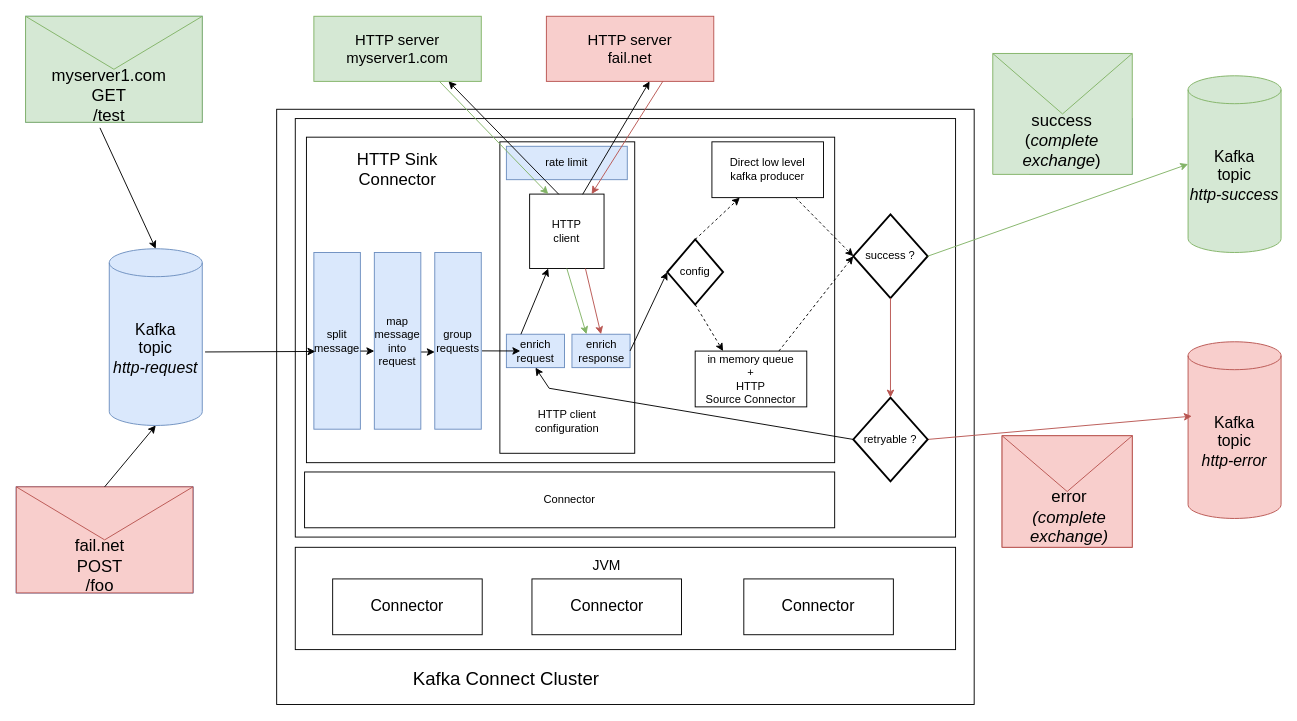
The draw.io diagram docs/architecture_options_2.drawio in clescot/kafka-connect-http, before the edit. Source tidied: cells renumbered, new cells numbered last; positions are measured from the earlier drawing's top-left corner, leaving out a move shared by most shapes. Both pictures are drawn from the tidied source at 93%, with x=0, y=0 at pixel (16, 16).
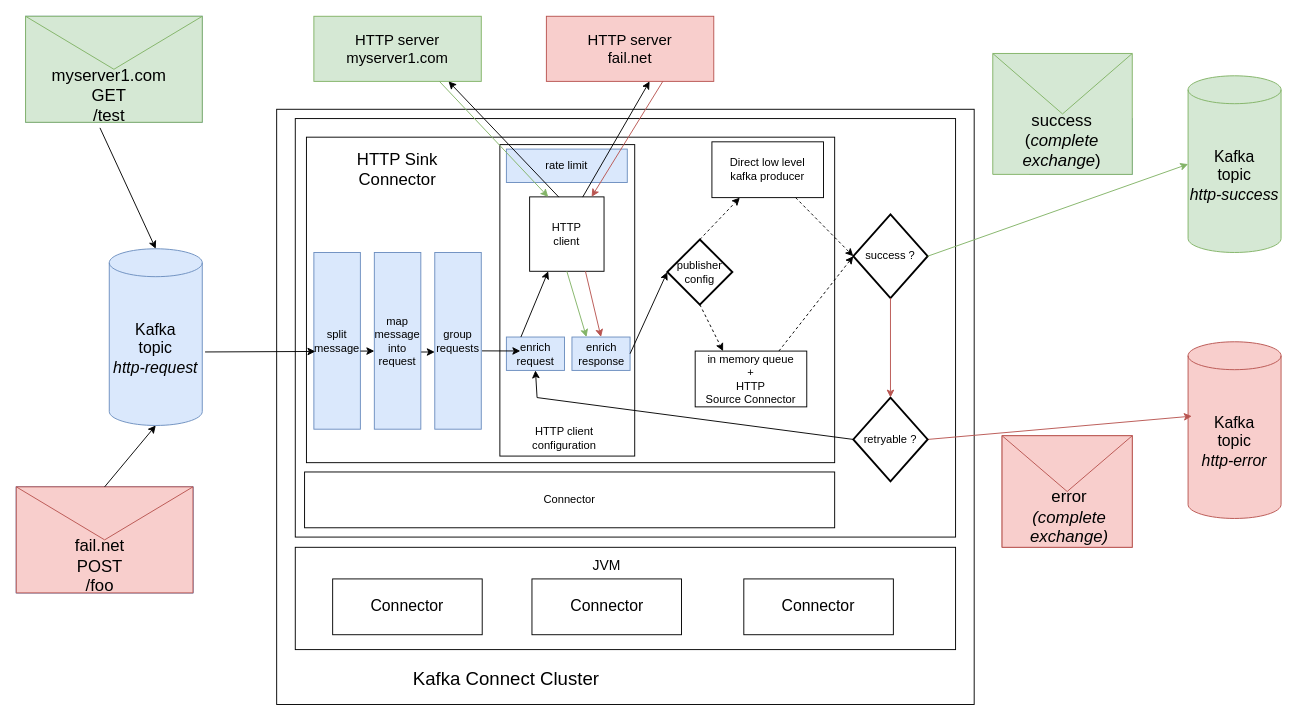
After the change.

The change refers to these unchanged cells:
```xml
<mxCell id="28" value="enrich&lt;div&gt;request&lt;/div&gt;" style="rounded=0;whiteSpace=wrap;html=1;fillColor=#dae8fc;strokeColor=#6c8ebf;" parent="25" vertex="1">
  <mxGeometry x="7" y="206.9" width="62.5" height="35.9" as="geometry" />
</mxCell>
<mxCell id="57" value="retryable ?" style="strokeWidth=2;html=1;shape=mxgraph.flowchart.decision;whiteSpace=wrap;" parent="1" vertex="1">
  <mxGeometry x="900" y="410" width="80" height="90" as="geometry" />
</mxCell>
```

What changed in the source:
```diff
@@
     <mxCell id="25" style="group;" parent="1" vertex="1">
-      <mxGeometry x="520" y="135" width="145" height="340" as="geometry" />
+      <mxGeometry x="520" y="138" width="145" height="340" as="geometry" />
     </mxCell>
@@
     <mxCell id="27" value="HTTP client&lt;div&gt;configuration&lt;/div&gt;" style="text;html=1;align=center;verticalAlign=middle;whiteSpace=wrap;rounded=0;" parent="25" vertex="1">
-      <mxGeometry x="24.2" y="273.2" width="96.7" height="52.9" as="geometry" />
+      <mxGeometry x="21.2" y="289.2" width="96.7" height="52.9" as="geometry" />
     </mxCell>
@@
     <mxCell id="59" style="endArrow=classic;html=1;rounded=0;fillColor=#d5e8d4;strokeColor=#000000;exitX=0;exitY=0.5;exitDx=0;exitDy=0;entryX=0.5;entryY=1;entryDx=0;entryDy=0;exitPerimeter=0;" parent="1" edge="1" source="57" target="28">
       <mxGeometry relative="1" as="geometry">
         <Array as="points">
-          <mxPoint x="573" y="400" />
+          <mxPoint x="560" y="410" />
         </Array>
       </mxGeometry>
     </mxCell>
@@
-    <mxCell id="63" value="config" style="strokeWidth=2;html=1;shape=mxgraph.flowchart.decision;whiteSpace=wrap;" parent="1" vertex="1">
-      <mxGeometry x="700" y="240" width="60" height="70" as="geometry" />
+    <mxCell id="63" value="publisher&lt;div&gt;config&lt;/div&gt;" style="strokeWidth=2;html=1;shape=mxgraph.flowchart.decision;whiteSpace=wrap;" parent="1" vertex="1">
+      <mxGeometry x="700" y="240" width="70" height="70" as="geometry" />
     </mxCell>
```
